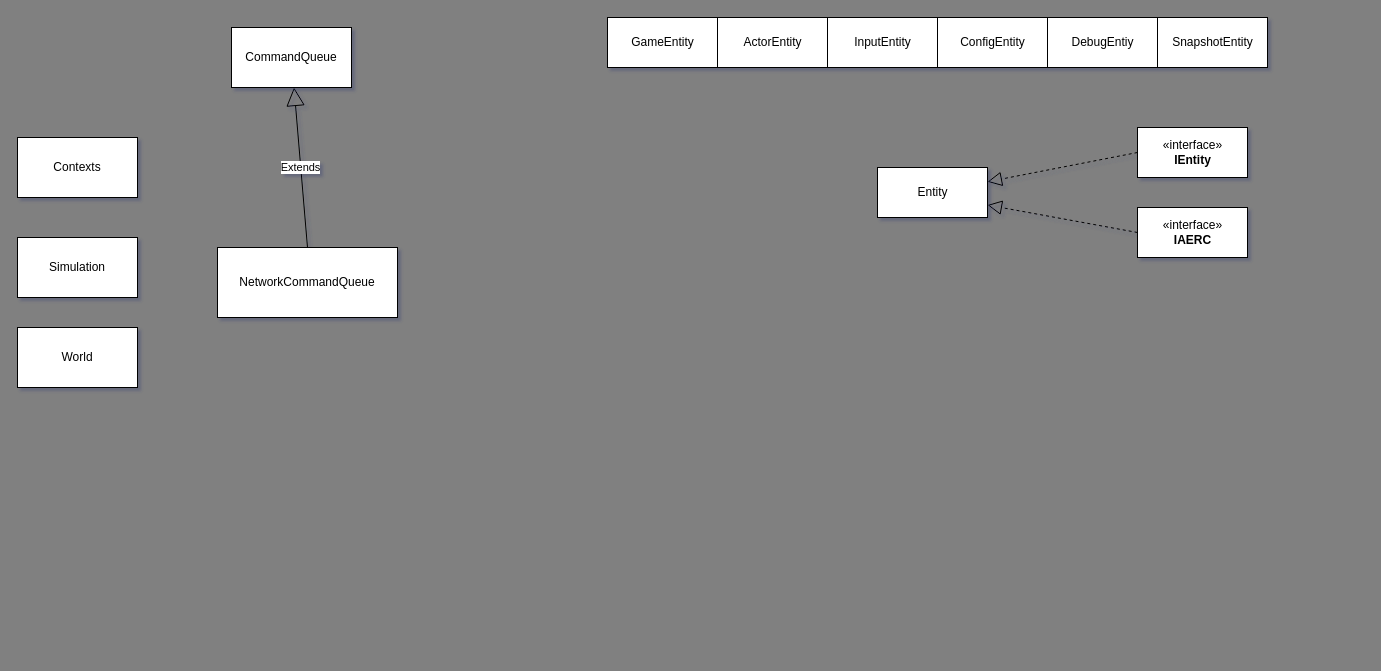
BUGyyc/LockstepBase keeps this draw.io diagram as Doc/drawio/Project.drawio. Above is the earlier version. Source tidied: cells renumbered, new cells numbered last; positions are measured from the earlier drawing's top-left corner, leaving out a move shared by most shapes. Both pictures are drawn from the tidied source at 100%, with x=0, y=0 at pixel (17, 17).
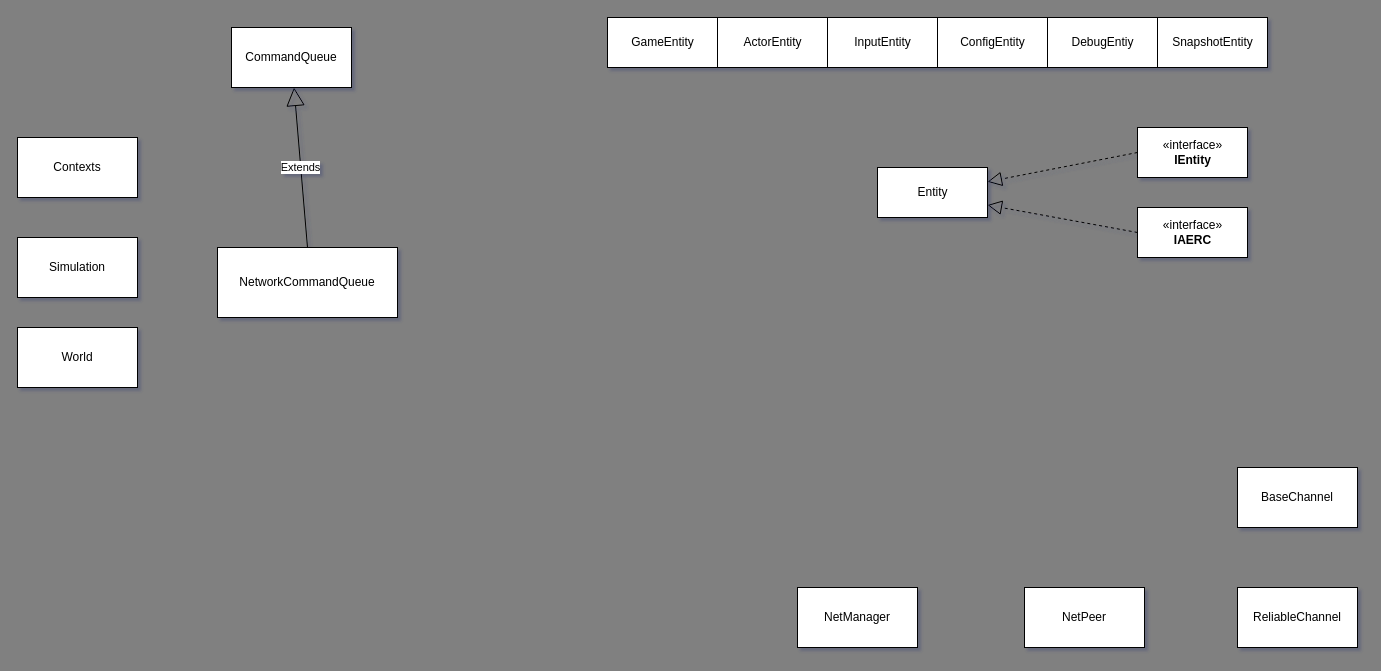
The same page after the edit.

Commit message (it also covers changes not shown here):
LiteNetLib   ReliableChannel 窗口控制

What changed in the source:
```diff
@@
+    <mxCell id="19" value="NetManager&lt;br&gt;" style="rounded=0;whiteSpace=wrap;html=1;" parent="1" vertex="1">
+      <mxGeometry x="780" y="570" width="120" height="60" as="geometry" />
+    </mxCell>
+    <mxCell id="20" value="NetPeer&lt;br&gt;" style="rounded=0;whiteSpace=wrap;html=1;" parent="1" vertex="1">
+      <mxGeometry x="1007" y="570" width="120" height="60" as="geometry" />
+    </mxCell>
+    <mxCell id="21" value="ReliableChannel" style="rounded=0;whiteSpace=wrap;html=1;" parent="1" vertex="1">
+      <mxGeometry x="1220" y="570" width="120" height="60" as="geometry" />
+    </mxCell>
+    <mxCell id="22" value="BaseChannel" style="rounded=0;whiteSpace=wrap;html=1;" parent="1" vertex="1">
+      <mxGeometry x="1220" y="450" width="120" height="60" as="geometry" />
+    </mxCell>
```
